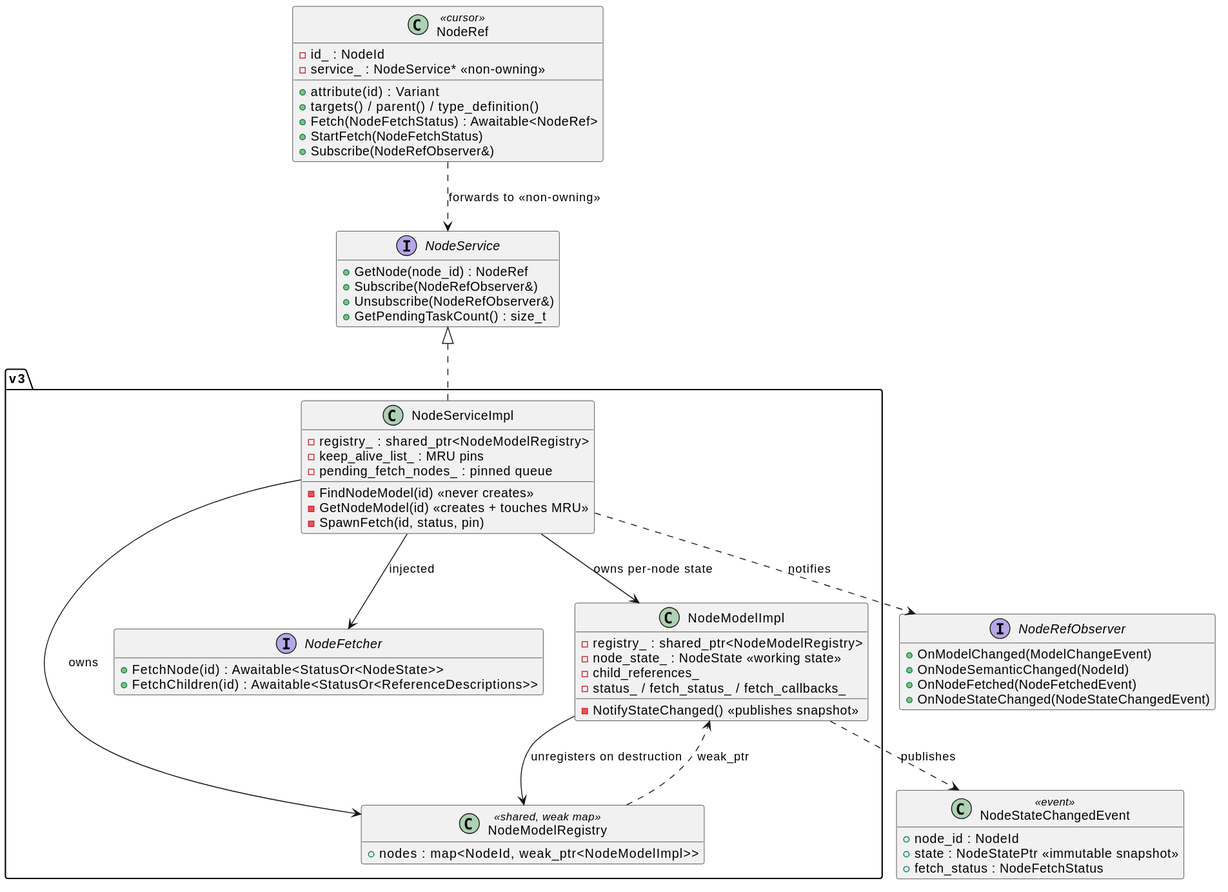
Earlier version of the PlantUML export docs/diagrams/node_service_classes.svg (alexsmn/scada-common).
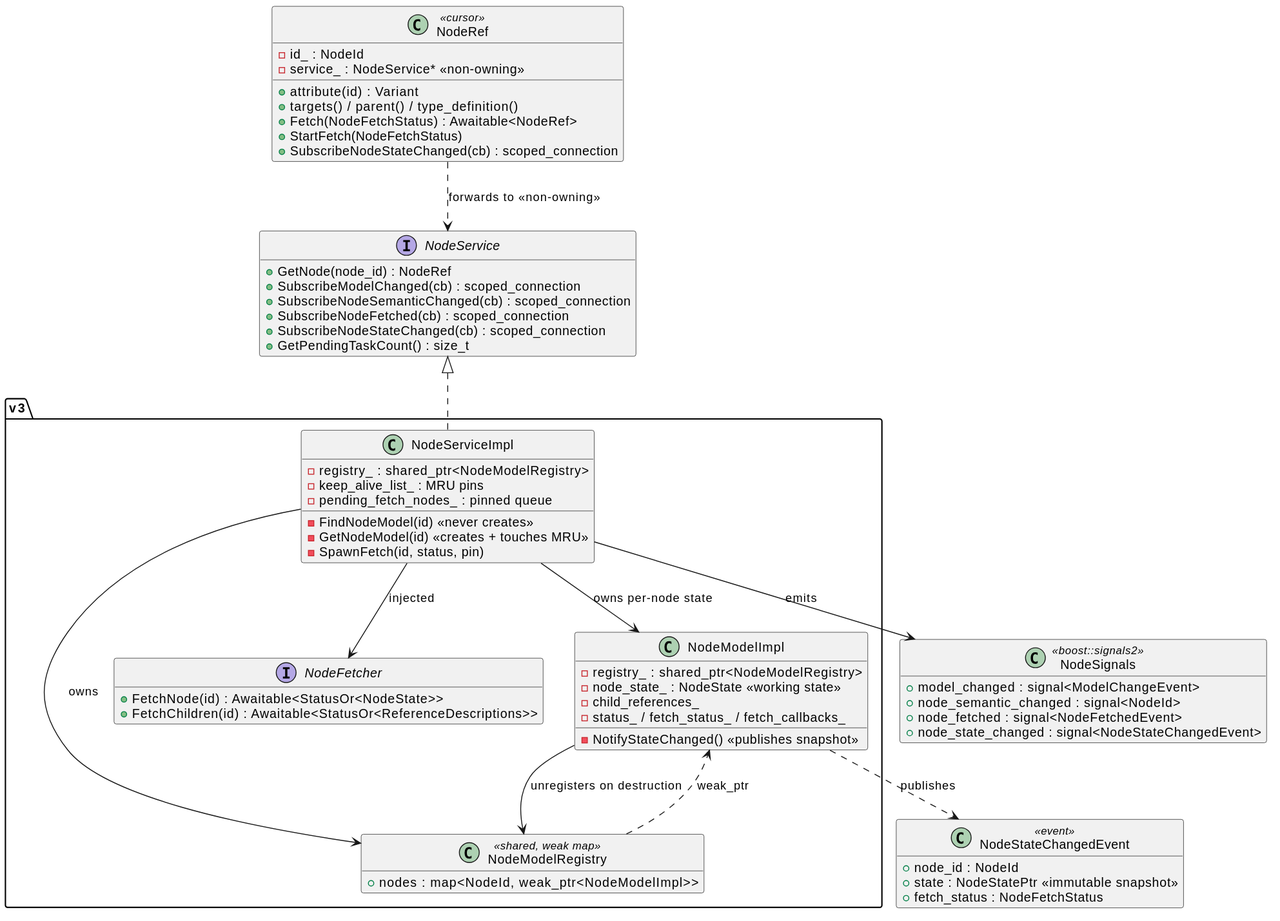
After the commit.

Change to the diagram source:
```diff
@@ -5,8 +5,10 @@
 
 interface NodeService {
   +GetNode(node_id) : NodeRef
-  +Subscribe(NodeRefObserver&)
-  +Unsubscribe(NodeRefObserver&)
+  +SubscribeModelChanged(cb) : scoped_connection
+  +SubscribeNodeSemanticChanged(cb) : scoped_connection
+  +SubscribeNodeFetched(cb) : scoped_connection
+  +SubscribeNodeStateChanged(cb) : scoped_connection
   +GetPendingTaskCount() : size_t
 }
 
@@ -17,14 +19,14 @@
   +targets() / parent() / type_definition()
   +Fetch(NodeFetchStatus) : Awaitable<NodeRef>
   +StartFetch(NodeFetchStatus)
-  +Subscribe(NodeRefObserver&)
+  +SubscribeNodeStateChanged(cb) : scoped_connection
 }
 
-interface NodeRefObserver {
-  +OnModelChanged(ModelChangeEvent)
-  +OnNodeSemanticChanged(NodeId)
-  +OnNodeFetched(NodeFetchedEvent)
-  +OnNodeStateChanged(NodeStateChangedEvent)
+class NodeSignals <<boost::signals2>> {
+  +model_changed : signal<ModelChangeEvent>
+  +node_semantic_changed : signal<NodeId>
+  +node_fetched : signal<NodeFetchedEvent>
+  +node_state_changed : signal<NodeStateChangedEvent>
 }
 
 class NodeStateChangedEvent <<event>> {
@@ -68,6 +70,6 @@
 NodeModelImpl --> NodeModelRegistry : unregisters on destruction
 NodeModelRegistry ..> NodeModelImpl : weak_ptr
 NodeServiceImpl --> NodeFetcher : injected
-NodeServiceImpl ..> NodeRefObserver : notifies
+NodeServiceImpl --> NodeSignals : emits
 NodeModelImpl ..> NodeStateChangedEvent : publishes
 @enduml
```
